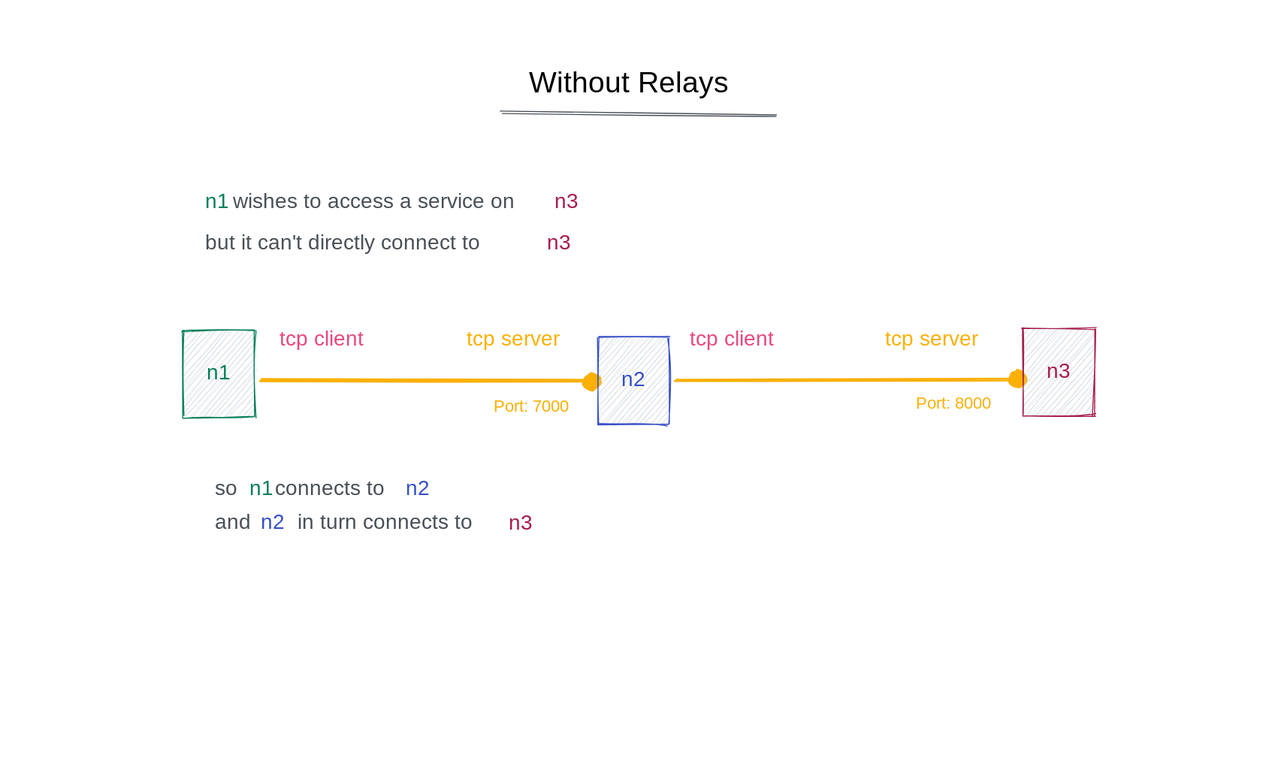
Before: .gitbook/assets/file.excalidraw.svg, a diagram exported from Excalidraw (build-trust/ockam-documentation). Source tidied: one line per element, renumbered; positions are measured from the earlier drawing's top-left corner, leaving out a move shared by most shapes.
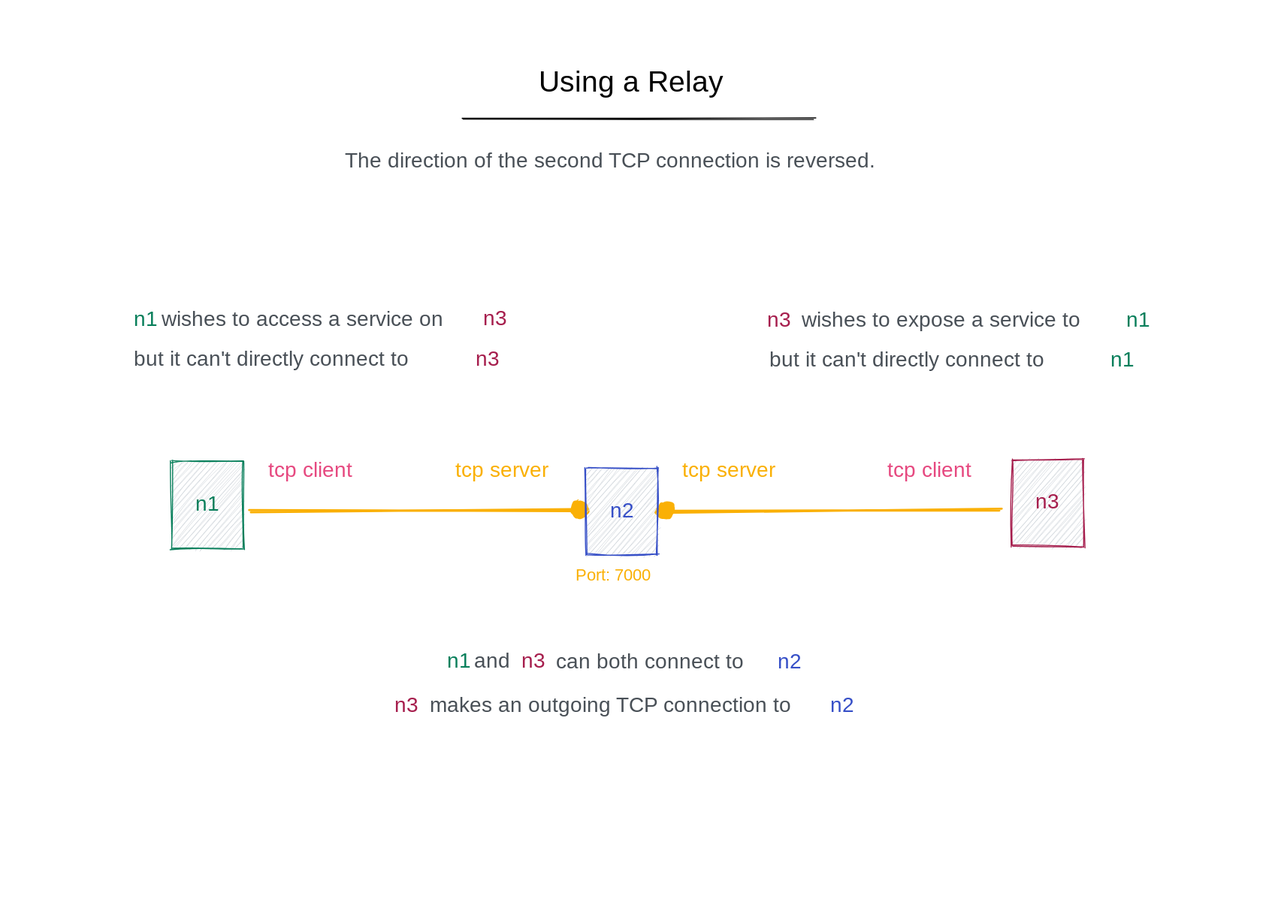
The same file after the commit.

The edit, as a diff of the source:
```diff
@@ -1,30 +1,35 @@
-{"id": 0, "type": "rectangle", "strokeColor": "transparent", "strokeWidth": 1, "roughness": 1, "round": true, "x": 0, "y": 0, "width": 1195, "height": 703}
-{"id": 1, "type": "text", "text": "Without Relays", "strokeColor": "#000000", "backgroundColor": "#ced4da", "fillStyle": "hachure", "strokeWidth": 1, "roughness": 1, "fontSize": 28, "fontFamily": 1, "x": 493, "y": 52, "width": 209, "height": 36}
-{"id": 2, "type": "arrow", "strokeColor": "#fab005", "backgroundColor": "#e64980", "fillStyle": "hachure", "strokeWidth": 2, "roughness": 1, "endArrowhead": "dot", "round": true, "from": 9, "to": 15, "x": 633, "y": 352, "width": 323, "height": 2, "points": [[0, 0], [323, -2]]}
-{"id": 3, "type": "arrow", "strokeColor": "#fab005", "backgroundColor": "#e64980", "fillStyle": "hachure", "strokeWidth": 2, "roughness": 1, "endArrowhead": "dot", "round": true, "from": 7, "to": 9, "x": 239, "y": 351, "width": 314, "height": 0, "points": [[0, 0], [314, 0]]}
-{"id": 4, "type": "text", "text": "tcp client", "strokeColor": "#e64980", "strokeWidth": 1, "roughness": 1, "fontSize": 20, "fontFamily": 1, "x": 646, "y": 300, "width": 94, "height": 25}
-{"id": 5, "type": "text", "text": "tcp client", "strokeColor": "#e64980", "strokeWidth": 1, "roughness": 1, "fontSize": 20, "fontFamily": 1, "x": 256, "y": 300, "width": 94, "height": 25}
-{"id": 6, "type": "text", "text": "tcp server", "strokeColor": "#fab005", "strokeWidth": 1, "roughness": 1, "fontSize": 20, "fontFamily": 1, "x": 434, "y": 300, "width": 104, "height": 25}
-{"id": 7, "type": "rectangle", "strokeColor": "#087f5b", "backgroundColor": "#ced4da", "fillStyle": "hachure", "strokeWidth": 1, "roughness": 1, "x": 164, "y": 304, "width": 68, "height": 82}
-{"id": 8, "type": "text", "text": "n1", "strokeColor": "#087f5b", "backgroundColor": "#ced4da", "fillStyle": "hachure", "strokeWidth": 1, "roughness": 1, "fontSize": 20, "fontFamily": 1, "textAlign": "center", "verticalAlign": "middle", "inside": 7, "x": 189, "y": 333, "width": 17, "height": 25}
-{"id": 9, "type": "rectangle", "strokeColor": "#364fc7", "backgroundColor": "#ced4da", "fillStyle": "hachure", "strokeWidth": 1, "roughness": 1, "x": 559, "y": 310, "width": 68, "height": 82}
-{"id": 10, "type": "text", "text": "n2", "strokeColor": "#364fc7", "backgroundColor": "#ced4da", "fillStyle": "hachure", "strokeWidth": 1, "roughness": 1, "fontSize": 20, "fontFamily": 1, "textAlign": "center", "verticalAlign": "middle", "inside": 9, "x": 579, "y": 339, "width": 26, "height": 25}
-{"id": 11, "type": "rectangle", "strokeColor": "#a61e4d", "backgroundColor": "#ced4da", "fillStyle": "hachure", "strokeWidth": 1, "roughness": 1, "x": 963, "y": 302, "width": 68, "height": 82}
-{"id": 12, "type": "text", "text": "n3", "strokeColor": "#a61e4d", "backgroundColor": "#ced4da", "fillStyle": "hachure", "strokeWidth": 1, "roughness": 1, "fontSize": 20, "fontFamily": 1, "textAlign": "center", "verticalAlign": "middle", "inside": 11, "x": 984, "y": 331, "width": 25, "height": 25}
-{"id": 13, "type": "text", "text": "tcp server", "strokeColor": "#fab005", "strokeWidth": 1, "roughness": 1, "fontSize": 20, "fontFamily": 1, "x": 832, "y": 300, "width": 104, "height": 25}
+{"id": 30, "type": "rectangle", "strokeColor": "transparent", "strokeWidth": 1, "roughness": 1, "round": true, "x": -2, "y": 106, "width": 1195, "height": 858}
+{"id": 31, "type": "text", "text": "Using a Relay", "strokeColor": "#000000", "backgroundColor": "#ced4da", "fillStyle": "hachure", "strokeWidth": 1, "roughness": 1, "fontSize": 28, "fontFamily": 1, "x": 500, "y": 158, "width": 191, "height": 36}
+{"id": 32, "type": "text", "text": "The direction of the second TCP connection is reversed.", "strokeColor": "#495057", "backgroundColor": "#ced4da", "fillStyle": "hachure", "strokeWidth": 1, "roughness": 1, "fontSize": 20, "fontFamily": 1, "x": 316, "y": 237, "width": 559, "height": 25}
+{"id": 33, "type": "line", "strokeColor": "#000000", "strokeWidth": 1, "roughness": 1, "round": true, "x": 427, "y": 208, "width": 335, "height": 0, "points": [[0, 0], [335, 0]]}
+{"id": 34, "type": "arrow", "strokeColor": "#fab005", "backgroundColor": "#e64980", "fillStyle": "hachure", "strokeWidth": 2, "roughness": 1, "startArrowhead": "dot", "round": true, "from": 41, "to": 43, "x": 620, "y": 583, "width": 319, "height": 2, "points": [[0, 0], [319, -2]]}
+{"id": 35, "type": "arrow", "strokeColor": "#fab005", "backgroundColor": "#e64980", "fillStyle": "hachure", "strokeWidth": 2, "roughness": 1, "endArrowhead": "dot", "round": true, "from": 39, "to": 41, "x": 226, "y": 582, "width": 314, "height": 0, "points": [[0, 0], [314, 0]]}
+{"id": 36, "type": "text", "text": "tcp client", "strokeColor": "#e64980", "strokeWidth": 1, "roughness": 1, "fontSize": 20, "fontFamily": 1, "x": 832, "y": 531, "width": 94, "height": 25}
+{"id": 37, "type": "text", "text": "tcp client", "strokeColor": "#e64980", "strokeWidth": 1, "roughness": 1, "fontSize": 20, "fontFamily": 1, "x": 243, "y": 531, "width": 94, "height": 25}
+{"id": 38, "type": "text", "text": "tcp server", "strokeColor": "#fab005", "strokeWidth": 1, "roughness": 1, "fontSize": 20, "fontFamily": 1, "x": 421, "y": 531, "width": 104, "height": 25}
+{"id": 39, "type": "rectangle", "strokeColor": "#087f5b", "backgroundColor": "#ced4da", "fillStyle": "hachure", "strokeWidth": 1, "roughness": 1, "x": 151, "y": 535, "width": 68, "height": 82}
+{"id": 40, "type": "text", "text": "n1", "strokeColor": "#087f5b", "backgroundColor": "#ced4da", "fillStyle": "hachure", "strokeWidth": 1, "roughness": 1, "fontSize": 20, "fontFamily": 1, "textAlign": "center", "verticalAlign": "middle", "inside": 39, "x": 176, "y": 563, "width": 17, "height": 25}
+{"id": 41, "type": "rectangle", "strokeColor": "#364fc7", "backgroundColor": "#ced4da", "fillStyle": "hachure", "strokeWidth": 1, "roughness": 1, "x": 546, "y": 541, "width": 68, "height": 82}
+{"id": 42, "type": "text", "text": "n2", "strokeColor": "#364fc7", "backgroundColor": "#ced4da", "fillStyle": "hachure", "strokeWidth": 1, "roughness": 1, "fontSize": 20, "fontFamily": 1, "textAlign": "center", "verticalAlign": "middle", "inside": 41, "x": 566, "y": 570, "width": 26, "height": 25}
+{"id": 43, "type": "rectangle", "strokeColor": "#a61e4d", "backgroundColor": "#ced4da", "fillStyle": "hachure", "strokeWidth": 1, "roughness": 1, "x": 950, "y": 533, "width": 68, "height": 82}
+{"id": 44, "type": "text", "text": "n3", "strokeColor": "#a61e4d", "backgroundColor": "#ced4da", "fillStyle": "hachure", "strokeWidth": 1, "roughness": 1, "fontSize": 20, "fontFamily": 1, "textAlign": "center", "verticalAlign": "middle", "inside": 43, "x": 971, "y": 562, "width": 25, "height": 25}
+{"id": 45, "type": "text", "text": "tcp server", "strokeColor": "#fab005", "strokeWidth": 1, "roughness": 1, "fontSize": 20, "fontFamily": 1, "x": 637, "y": 531, "width": 104, "height": 25}
-{"id": 14, "type": "text", "text": "Port: 7000", "strokeColor": "#fab005", "strokeWidth": 1, "roughness": 1, "fontSize": 16, "fontFamily": 1, "x": 459, "y": 367, "width": 91, "height": 20}
+{"id": 14, "type": "text", "text": "Port: 7000", "strokeColor": "#fab005", "strokeWidth": 1, "roughness": 1, "fontSize": 16, "fontFamily": 1, "x": 535, "y": 634, "width": 91, "height": 20}
-{"id": 15, "type": "text", "text": "Port: 8000", "strokeColor": "#fab005", "strokeWidth": 1, "roughness": 1, "fontSize": 16, "fontFamily": 1, "x": 861, "y": 365, "width": 95, "height": 20}
-{"id": 16, "type": "text", "text": "wishes to access a service on", "strokeColor": "#495057", "backgroundColor": "#ced4da", "fillStyle": "hachure", "strokeWidth": 1, "roughness": 1, "fontSize": 20, "fontFamily": 1, "x": 211, "y": 170, "width": 300, "height": 25}
+{"id": 16, "type": "text", "text": "wishes to access a service on", "strokeColor": "#495057", "backgroundColor": "#ced4da", "fillStyle": "hachure", "strokeWidth": 1, "roughness": 1, "fontSize": 20, "fontFamily": 1, "x": 141, "y": 388, "width": 300, "height": 25}
-{"id": 17, "type": "text", "text": "n1", "strokeColor": "#087f5b", "backgroundColor": "#4c6ef5", "fillStyle": "hachure", "strokeWidth": 1, "roughness": 1, "fontSize": 20, "fontFamily": 1, "x": 185, "y": 170, "width": 17, "height": 25}
-{"id": 18, "type": "text", "text": "n3", "strokeColor": "#a61e4d", "backgroundColor": "#4c6ef5", "fillStyle": "hachure", "strokeWidth": 1, "roughness": 1, "fontSize": 20, "fontFamily": 1, "x": 517, "y": 170, "width": 25, "height": 25}
-{"id": 19, "type": "text", "text": "but it can't directly connect to", "strokeColor": "#495057", "backgroundColor": "#ced4da", "fillStyle": "hachure", "strokeWidth": 1, "roughness": 1, "fontSize": 20, "fontFamily": 1, "x": 185, "y": 209, "width": 316, "height": 25}
-{"id": 20, "type": "text", "text": "n3", "strokeColor": "#a61e4d", "backgroundColor": "#4c6ef5", "fillStyle": "hachure", "strokeWidth": 1, "roughness": 1, "fontSize": 20, "fontFamily": 1, "x": 510, "y": 209, "width": 25, "height": 25}
-{"id": 21, "type": "text", "text": "so", "strokeColor": "#495057", "backgroundColor": "#ced4da", "fillStyle": "hachure", "strokeWidth": 1, "roughness": 1, "fontSize": 20, "fontFamily": 1, "x": 194, "y": 443, "width": 24, "height": 25}
-{"id": 22, "type": "text", "text": "n1", "strokeColor": "#087f5b", "backgroundColor": "#4c6ef5", "fillStyle": "hachure", "strokeWidth": 1, "roughness": 1, "fontSize": 20, "fontFamily": 1, "x": 227, "y": 443, "width": 17, "height": 25}
-{"id": 23, "type": "text", "text": "connects to", "strokeColor": "#495057", "backgroundColor": "#ced4da", "fillStyle": "hachure", "strokeWidth": 1, "roughness": 1, "fontSize": 20, "fontFamily": 1, "x": 251, "y": 443, "width": 117, "height": 25}
-{"id": 24, "type": "text", "text": "n2", "strokeColor": "#364fc7", "backgroundColor": "#4c6ef5", "fillStyle": "hachure", "strokeWidth": 1, "roughness": 1, "fontSize": 20, "fontFamily": 1, "x": 376, "y": 443, "width": 26, "height": 25}
+{"id": 46, "type": "text", "text": "n1", "strokeColor": "#087f5b", "backgroundColor": "#4c6ef5", "fillStyle": "hachure", "strokeWidth": 1, "roughness": 1, "fontSize": 20, "fontFamily": 1, "x": 115, "y": 387, "width": 17, "height": 25}
+{"id": 47, "type": "text", "text": "n3", "strokeColor": "#a61e4d", "backgroundColor": "#4c6ef5", "fillStyle": "hachure", "strokeWidth": 1, "roughness": 1, "fontSize": 20, "fontFamily": 1, "x": 448, "y": 387, "width": 25, "height": 25}
+{"id": 48, "type": "text", "text": "but it can't directly connect to", "strokeColor": "#495057", "backgroundColor": "#ced4da", "fillStyle": "hachure", "strokeWidth": 1, "roughness": 1, "fontSize": 20, "fontFamily": 1, "x": 115, "y": 426, "width": 316, "height": 25}
+{"id": 49, "type": "text", "text": "n3", "strokeColor": "#a61e4d", "backgroundColor": "#4c6ef5", "fillStyle": "hachure", "strokeWidth": 1, "roughness": 1, "fontSize": 20, "fontFamily": 1, "x": 440, "y": 425, "width": 25, "height": 25}
+{"id": 50, "type": "text", "text": "wishes to expose a service to", "strokeColor": "#495057", "backgroundColor": "#ced4da", "fillStyle": "hachure", "strokeWidth": 1, "roughness": 1, "fontSize": 20, "fontFamily": 1, "x": 750, "y": 388, "width": 300, "height": 25}
+{"id": 51, "type": "text", "text": "n1", "strokeColor": "#087f5b", "backgroundColor": "#4c6ef5", "fillStyle": "hachure", "strokeWidth": 1, "roughness": 1, "fontSize": 20, "fontFamily": 1, "x": 1059, "y": 388, "width": 17, "height": 25}
+{"id": 52, "type": "text", "text": "n3", "strokeColor": "#a61e4d", "backgroundColor": "#4c6ef5", "fillStyle": "hachure", "strokeWidth": 1, "roughness": 1, "fontSize": 20, "fontFamily": 1, "x": 718, "y": 388, "width": 25, "height": 25}
+{"id": 53, "type": "text", "text": "but it can't directly connect to", "strokeColor": "#495057", "backgroundColor": "#ced4da", "fillStyle": "hachure", "strokeWidth": 1, "roughness": 1, "fontSize": 20, "fontFamily": 1, "x": 720, "y": 426, "width": 316, "height": 25}
+{"id": 54, "type": "text", "text": "n1", "strokeColor": "#087f5b", "backgroundColor": "#4c6ef5", "fillStyle": "hachure", "strokeWidth": 1, "roughness": 1, "fontSize": 20, "fontFamily": 1, "x": 1044, "y": 426, "width": 17, "height": 25}
-{"id": 25, "type": "text", "text": "and", "strokeColor": "#495057", "backgroundColor": "#ced4da", "fillStyle": "hachure", "strokeWidth": 1, "roughness": 1, "fontSize": 20, "fontFamily": 1, "x": 194, "y": 475, "width": 36, "height": 25}
+{"id": 25, "type": "text", "text": "and", "strokeColor": "#495057", "backgroundColor": "#ced4da", "fillStyle": "hachure", "strokeWidth": 1, "roughness": 1, "fontSize": 20, "fontFamily": 1, "x": 439, "y": 713, "width": 36, "height": 25}
-{"id": 26, "type": "text", "text": "in turn connects to", "strokeColor": "#495057", "backgroundColor": "#4c6ef5", "fillStyle": "hachure", "strokeWidth": 1, "roughness": 1, "fontSize": 20, "fontFamily": 1, "x": 273, "y": 475, "width": 192, "height": 25}
-{"id": 27, "type": "text", "text": "n2", "strokeColor": "#364fc7", "backgroundColor": "#4c6ef5", "fillStyle": "hachure", "strokeWidth": 1, "roughness": 1, "fontSize": 20, "fontFamily": 1, "x": 238, "y": 475, "width": 26, "height": 25}
-{"id": 28, "type": "text", "text": "n3", "strokeColor": "#a61e4d", "backgroundColor": "#4c6ef5", "fillStyle": "hachure", "strokeWidth": 1, "roughness": 1, "fontSize": 20, "fontFamily": 1, "x": 473, "y": 475, "width": 25, "height": 25}
-{"id": 29, "type": "line", "strokeColor": "#495057", "backgroundColor": "#4c6ef5", "fillStyle": "hachure", "strokeWidth": 1, "roughness": 1, "round": true, "x": 466, "y": 96, "width": 261, "height": 3, "points": [[0, 0], [261, 3]]}
+{"id": 55, "type": "text", "text": "n1", "strokeColor": "#087f5b", "backgroundColor": "#4c6ef5", "fillStyle": "hachure", "strokeWidth": 1, "roughness": 1, "fontSize": 20, "fontFamily": 1, "x": 413, "y": 713, "width": 17, "height": 25}
+{"id": 56, "type": "text", "text": "n3", "strokeColor": "#a61e4d", "backgroundColor": "#4c6ef5", "fillStyle": "hachure", "strokeWidth": 1, "roughness": 1, "fontSize": 20, "fontFamily": 1, "x": 483, "y": 713, "width": 25, "height": 25}
+{"id": 57, "type": "text", "text": "can both connect to", "strokeColor": "#495057", "backgroundColor": "#ced4da", "fillStyle": "hachure", "strokeWidth": 1, "roughness": 1, "fontSize": 20, "fontFamily": 1, "x": 517, "y": 713, "width": 202, "height": 25}
+{"id": 58, "type": "text", "text": "n2", "strokeColor": "#364fc7", "strokeWidth": 1, "roughness": 1, "fontSize": 20, "fontFamily": 1, "x": 727, "y": 713, "width": 26, "height": 25}
+{"id": 59, "type": "text", "text": "n3", "strokeColor": "#a61e4d", "backgroundColor": "#4c6ef5", "fillStyle": "hachure", "strokeWidth": 1, "roughness": 1, "fontSize": 20, "fontFamily": 1, "x": 363, "y": 755, "width": 25, "height": 25}
+{"id": 60, "type": "text", "text": "makes an outgoing TCP connection to", "strokeColor": "#495057", "backgroundColor": "#ced4da", "fillStyle": "hachure", "strokeWidth": 1, "roughness": 1, "fontSize": 20, "fontFamily": 1, "x": 396, "y": 755, "width": 372, "height": 25}
+{"id": 61, "type": "text", "text": "n2", "strokeColor": "#364fc7", "strokeWidth": 1, "roughness": 1, "fontSize": 20, "fontFamily": 1, "x": 777, "y": 755, "width": 26, "height": 25}
```
